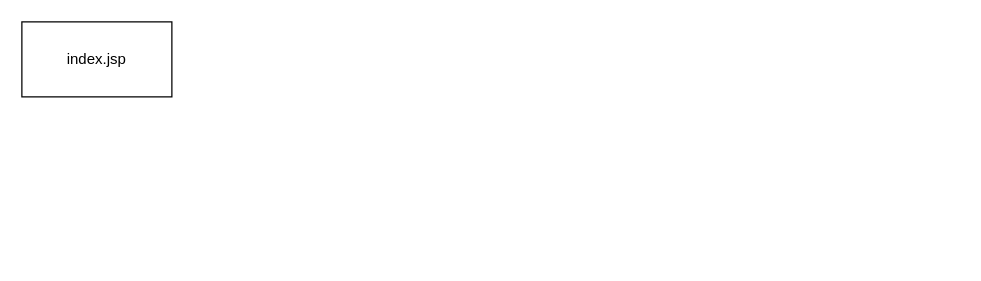
Above: ordersys基本アーキテクチャ図.drawio in Tsubasa0125-Nike/- (draw.io), before the change. Source tidied: cells renumbered, new cells numbered last; positions are measured from the earlier drawing's top-left corner, leaving out a move shared by most shapes. Both pictures are drawn from the tidied source at 125%, with x=0, y=0 at pixel (21, 21).
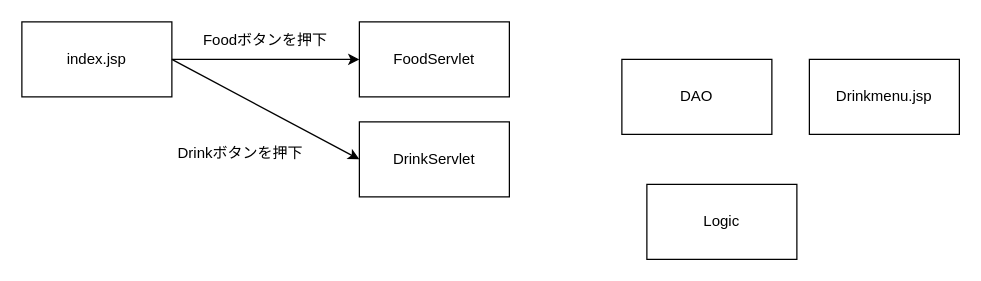
The same diagram, later.

Commit message:
ordersys基本アーキテクチャ図.drawio を更新

Diff of the diagram source:
```diff
@@
 <mxGraphModel>
   <root>
     <mxCell id="0" />
     <mxCell id="1" parent="0" />
     <mxCell id="2" value="index.jsp" style="whiteSpace=wrap;html=1;align=center;newEdgeStyle={&quot;edgeStyle&quot;:&quot;elbowEdgeStyle&quot;,&quot;startArrow&quot;:&quot;none&quot;,&quot;endArrow&quot;:&quot;none&quot;};" parent="1" vertex="1">
       <mxGeometry width="120" height="60" as="geometry" />
     </mxCell>
+    <mxCell id="3" value="Drinkmenu.jsp" style="whiteSpace=wrap;html=1;align=center;newEdgeStyle={&quot;edgeStyle&quot;:&quot;elbowEdgeStyle&quot;,&quot;startArrow&quot;:&quot;none&quot;,&quot;endArrow&quot;:&quot;none&quot;};" parent="1" vertex="1">
+      <mxGeometry x="630" y="30" width="120" height="60" as="geometry" />
+    </mxCell>
+    <mxCell id="4" value="DrinkServlet" style="whiteSpace=wrap;html=1;align=center;newEdgeStyle={&quot;edgeStyle&quot;:&quot;elbowEdgeStyle&quot;,&quot;startArrow&quot;:&quot;none&quot;,&quot;endArrow&quot;:&quot;none&quot;};" parent="1" vertex="1">
+      <mxGeometry x="270" y="80" width="120" height="60" as="geometry" />
+    </mxCell>
+    <mxCell id="5" value="DAO" style="whiteSpace=wrap;html=1;align=center;newEdgeStyle={&quot;edgeStyle&quot;:&quot;elbowEdgeStyle&quot;,&quot;startArrow&quot;:&quot;none&quot;,&quot;endArrow&quot;:&quot;none&quot;};" parent="1" vertex="1">
+      <mxGeometry x="480" y="30" width="120" height="60" as="geometry" />
+    </mxCell>
+    <mxCell id="6" value="Logic" style="whiteSpace=wrap;html=1;align=center;newEdgeStyle={&quot;edgeStyle&quot;:&quot;elbowEdgeStyle&quot;,&quot;startArrow&quot;:&quot;none&quot;,&quot;endArrow&quot;:&quot;none&quot;};" parent="1" vertex="1">
+      <mxGeometry x="500" y="130" width="120" height="60" as="geometry" />
+    </mxCell>
+    <mxCell id="7" value="FoodServlet" style="whiteSpace=wrap;html=1;align=center;newEdgeStyle={&quot;edgeStyle&quot;:&quot;elbowEdgeStyle&quot;,&quot;startArrow&quot;:&quot;none&quot;,&quot;endArrow&quot;:&quot;none&quot;};" parent="1" vertex="1">
+      <mxGeometry x="270" width="120" height="60" as="geometry" />
+    </mxCell>
+    <mxCell id="8" style="endArrow=classic;html=1;rounded=0;entryX=0;entryY=0.5;entryDx=0;entryDy=0;" parent="1" edge="1" target="7">
+      <mxGeometry relative="1" as="geometry">
+        <mxPoint x="120" y="30" as="sourcePoint" />
+      </mxGeometry>
+    </mxCell>
+    <mxCell id="9" value="Foodボタンを押下" style="text;html=1;whiteSpace=wrap;strokeColor=none;fillColor=none;align=center;verticalAlign=middle;rounded=0;" parent="1" vertex="1">
+      <mxGeometry x="140" width="110" height="30" as="geometry" />
+    </mxCell>
+    <mxCell id="10" style="endArrow=classic;html=1;rounded=0;entryX=0;entryY=0.5;entryDx=0;entryDy=0;exitX=1;exitY=0.5;exitDx=0;exitDy=0;" parent="1" edge="1" source="2" target="4">
+      <mxGeometry relative="1" as="geometry" />
+    </mxCell>
+    <mxCell id="11" value="Drinkボタンを押下" style="text;html=1;whiteSpace=wrap;strokeColor=none;fillColor=none;align=center;verticalAlign=middle;rounded=0;" parent="1" vertex="1">
+      <mxGeometry x="120" y="90" width="110" height="30" as="geometry" />
+    </mxCell>
   </root>
 </mxGraphModel>
```
